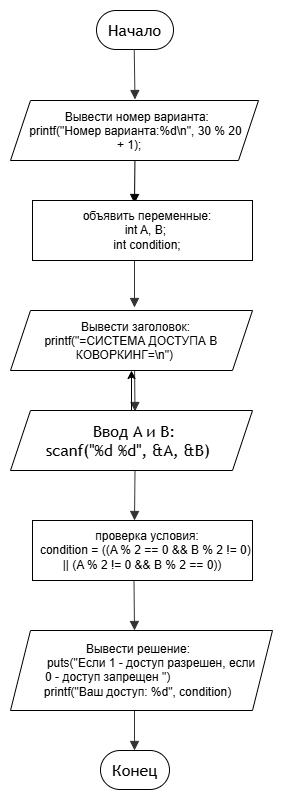
Before: lab4home.png, a diagram exported from draw.io (ChudakovaKatya/lab4home). Source tidied: cells renumbered, new cells last; positions are measured from the earlier drawing's top-left corner, leaving out a move shared by most shapes.
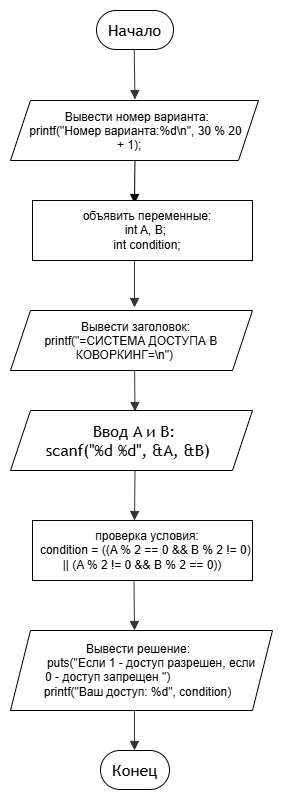
After the change.

What changed in the source:
```diff
@@ -16,25 +16,25 @@
         <mxPoint x="262.5" y="119" as="targetPoint" />
       </mxGeometry>
     </mxCell>
-    <mxCell id="6" style="curved=1;startArrow=none;endArrow=block;endSize=7;exitX=0.5;exitY=1;entryX=0.5;entryY=0;rounded=0;strokeColor=light-dark(#000000,#000000);" parent="2" edge="1">
+    <mxCell id="6" style="curved=1;startArrow=none;endArrow=block;endSize=7;exitX=0.5;exitY=1;entryX=0.5;entryY=0;rounded=0;strokeColor=light-dark(#000000,#FFFFFF);" parent="2" edge="1">
       <mxGeometry relative="1" as="geometry">
         <mxPoint x="262.5" y="173" as="sourcePoint" />
         <mxPoint x="262" y="223" as="targetPoint" />
       </mxGeometry>
     </mxCell>
-    <mxCell id="7" style="curved=1;startArrow=none;endArrow=block;endSize=7;strokeColor=light-dark(#333333,#000000);exitX=0.5;exitY=1;entryX=0.5;entryY=0;rounded=0;" parent="2" edge="1">
+    <mxCell id="7" style="curved=1;startArrow=none;endArrow=block;endSize=7;strokeColor=light-dark(#333333,#FFFFFF);exitX=0.5;exitY=1;entryX=0.5;entryY=0;rounded=0;" parent="2" edge="1">
       <mxGeometry relative="1" as="geometry">
         <mxPoint x="262" y="277" as="sourcePoint" />
         <mxPoint x="262" y="327" as="targetPoint" />
       </mxGeometry>
     </mxCell>
-    <mxCell id="8" style="curved=1;startArrow=none;endArrow=block;endSize=7;strokeColor=light-dark(#333333,#cccccc);exitX=0.5;exitY=1;entryX=0.5;entryY=0;rounded=0;entryDx=0;entryDy=0;" parent="2" edge="1">
+    <mxCell id="8" style="curved=1;startArrow=none;endArrow=block;endSize=7;strokeColor=light-dark(#333333,#FFFFFF);exitX=0.5;exitY=1;entryX=0.5;entryY=0;rounded=0;entryDx=0;entryDy=0;" parent="2" edge="1">
       <mxGeometry relative="1" as="geometry">
         <mxPoint x="262" y="381" as="sourcePoint" />
         <mxPoint x="262.5" y="431" as="targetPoint" />
       </mxGeometry>
     </mxCell>
-    <mxCell id="9" style="curved=1;startArrow=none;endArrow=block;endSize=7;strokeColor=light-dark(#333333,#000000);exitX=0.5;exitY=1;entryX=0.5;entryY=0;rounded=0;" parent="2" edge="1">
+    <mxCell id="9" style="curved=1;startArrow=none;endArrow=block;endSize=7;strokeColor=light-dark(#333333,#FFFFFF);exitX=0.5;exitY=1;entryX=0.5;entryY=0;rounded=0;" parent="2" edge="1">
       <mxGeometry relative="1" as="geometry">
         <mxPoint x="262.5" y="490" as="sourcePoint" />
         <mxPoint x="262" y="540" as="targetPoint" />
@@ -46,7 +46,7 @@
         <mxPoint x="262" y="650" as="targetPoint" />
       </mxGeometry>
     </mxCell>
-    <mxCell id="11" style="curved=1;startArrow=none;endArrow=block;endSize=7;strokeColor=light-dark(#333333,#000000);exitX=0.5;exitY=1;entryX=0.5;entryY=0;rounded=0;" parent="2" edge="1">
+    <mxCell id="11" style="curved=1;startArrow=none;endArrow=block;endSize=7;strokeColor=light-dark(#333333,#FFFFFF);exitX=0.5;exitY=1;entryX=0.5;entryY=0;rounded=0;" parent="2" edge="1">
       <mxGeometry relative="1" as="geometry">
         <mxPoint x="262" y="720" as="sourcePoint" />
         <mxPoint x="262" y="770" as="targetPoint" />
@@ -64,9 +64,6 @@
     <mxCell id="15" value="&amp;nbsp; &amp;nbsp; &amp;nbsp; &amp;nbsp; &amp;nbsp; &amp;nbsp; &amp;nbsp; &amp;nbsp; &amp;nbsp; проверка условия:&amp;nbsp; &amp;nbsp; &amp;nbsp; &amp;nbsp; &amp;nbsp; &amp;nbsp; &amp;nbsp; &amp;nbsp; &amp;nbsp; condition = ((A % 2 == 0 &amp;amp;&amp;amp; B % 2 != 0) || (A % 2 != 0 &amp;amp;&amp;amp; B % 2 == 0))" style="rounded=0;whiteSpace=wrap;html=1;" parent="2" vertex="1">
       <mxGeometry x="160" y="540" width="220" height="60" as="geometry" />
     </mxCell>
-    <mxCell id="16" style="edgeStyle=orthogonalEdgeStyle;rounded=0;jettySize=auto;html=1;strokeColor=light-dark(#000000,#000000);" parent="2" edge="1" source="17" target="14">
-      <mxGeometry relative="1" as="geometry" />
-    </mxCell>
     <mxCell id="17" value="&lt;span style=&quot;font-family: &amp;quot;Trebuchet MS&amp;quot;, Verdana, Arial, sans-serif; font-size: 16px;&quot;&gt;Ввод A и B:&lt;/span&gt;&lt;div style=&quot;font-family: &amp;quot;Trebuchet MS&amp;quot;, Verdana, Arial, sans-serif; font-size: 16px;&quot;&gt;scanf(&quot;%d %d&quot;, &amp;amp;A, &amp;amp;B)&lt;/div&gt;" style="shape=parallelogram;perimeter=parallelogramPerimeter;whiteSpace=wrap;html=1;shapeInside=1;fixedSize=1;" parent="2" vertex="1">
       <mxGeometry x="138" y="430" width="242" height="60" as="geometry" />
     </mxCell>
```
